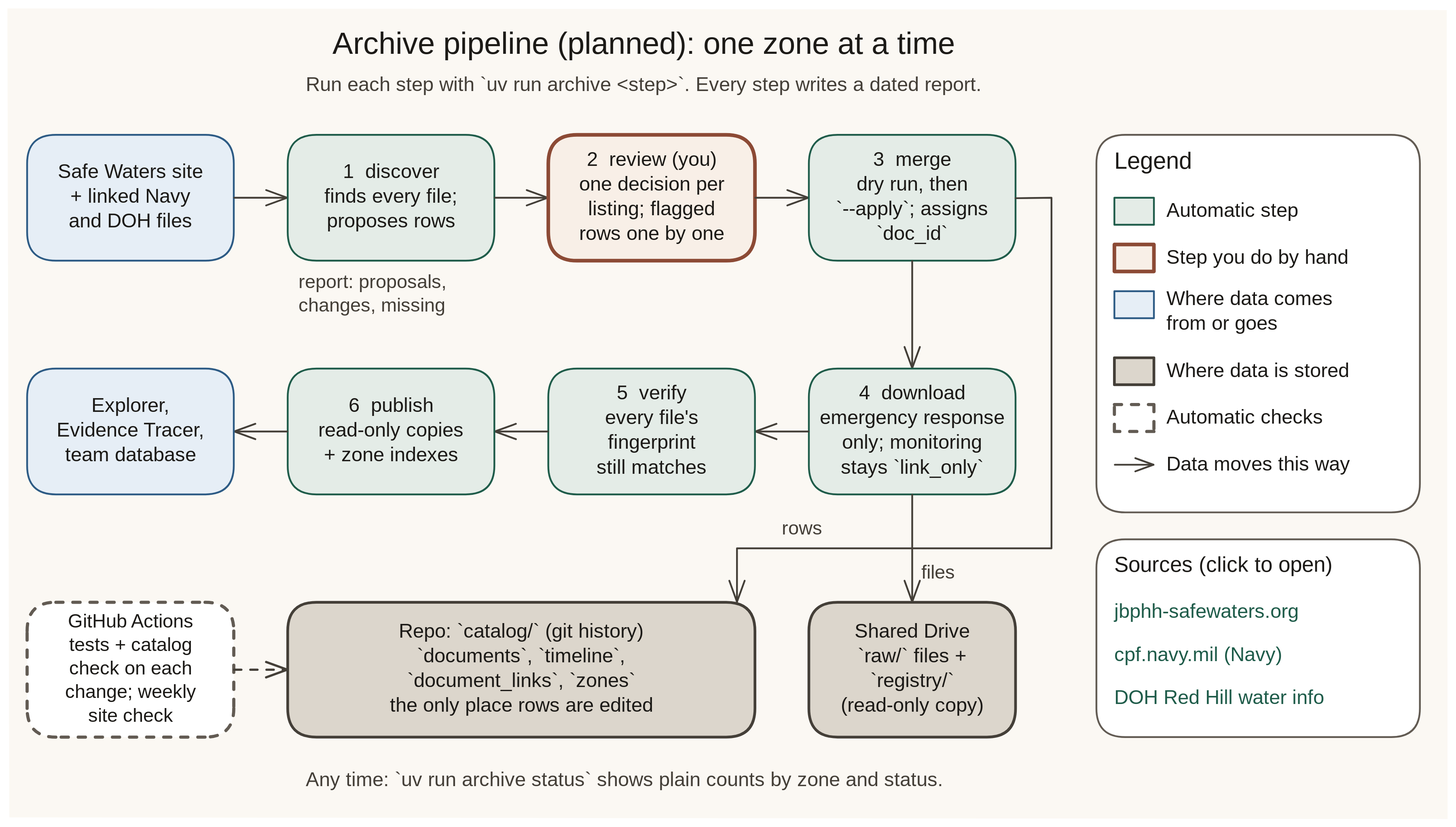
alemarieceria/jbphh-dw-archive-pipeline keeps this Excalidraw diagram as docs/diagrams/svgs/archive-pipeline.excalidraw.svg. Above is the earlier version. Source tidied: one line per element, renumbered; positions are measured from the earlier drawing's top-left corner, leaving out a move shared by most shapes.
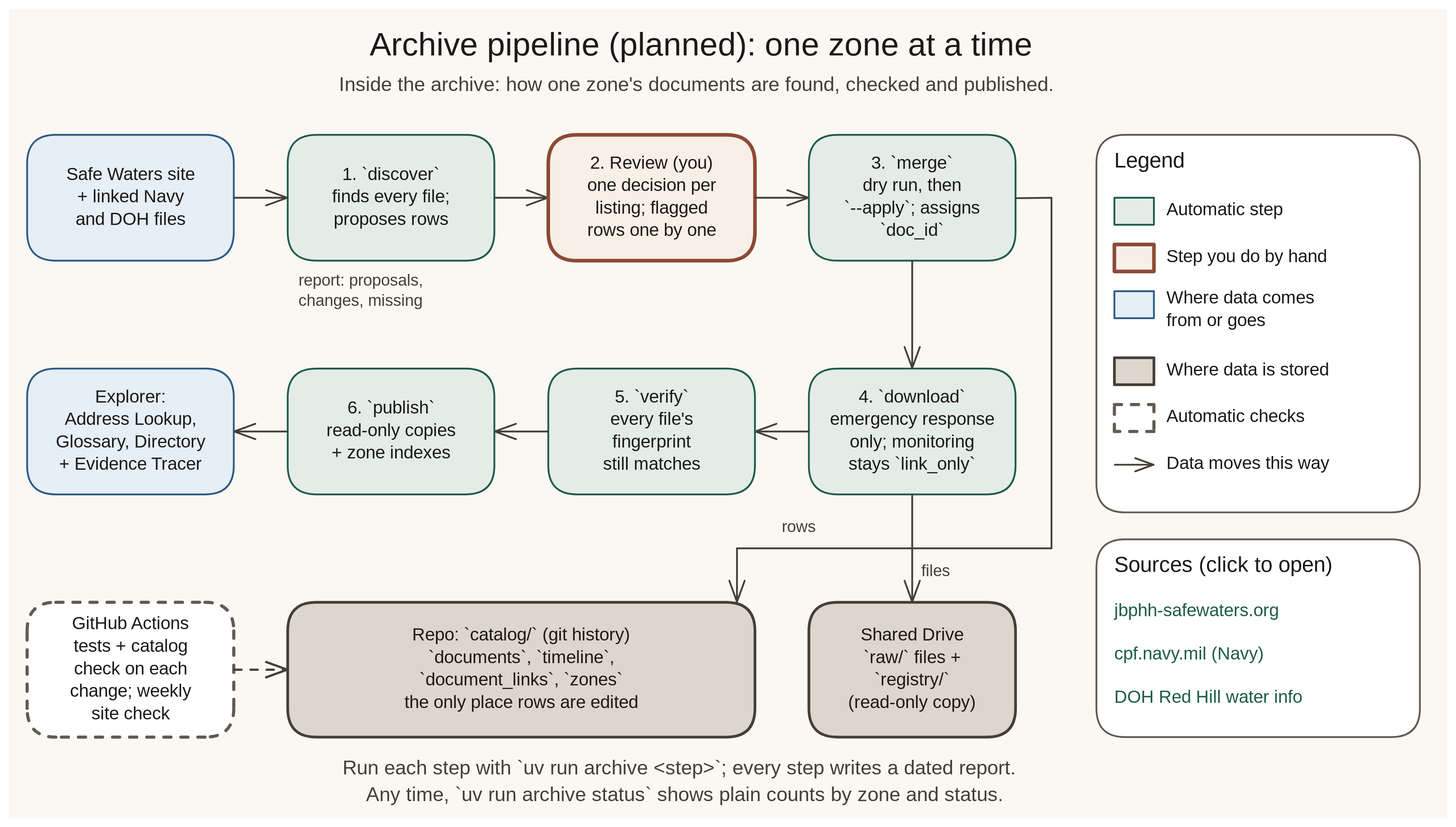
After the change.

Diff of the diagram source:
```diff
@@ -1,41 +1,41 @@
-{"id": 0, "type": "rectangle", "strokeColor": "transparent", "backgroundColor": "#fbf8f3", "fillStyle": "solid", "strokeWidth": 2, "roughness": 1, "x": 0, "y": 0, "width": 1600, "height": 900}
+{"id": 0, "type": "rectangle", "strokeColor": "transparent", "backgroundColor": "#fbf8f3", "fillStyle": "solid", "strokeWidth": 2, "roughness": 0, "x": 0, "y": 0, "width": 1600, "height": 900}
-{"id": 1, "type": "text", "text": "Archive pipeline (planned): one zone at a time", "strokeColor": "#1c1a17", "strokeWidth": 2, "roughness": 1, "fontSize": 34, "fontFamily": 5, "x": 360, "y": 20, "width": 687, "height": 42}
+{"id": 1, "type": "text", "text": "Archive pipeline (planned): one zone at a time", "strokeColor": "#1c1a17", "strokeWidth": 2, "roughness": 0, "fontSize": 36, "fontFamily": 5, "x": 401, "y": 20, "width": 727, "height": 45}
-{"id": 2, "type": "text", "text": "Run each step with `uv run archive <step>`. Every step writes a dated report.", "strokeColor": "#443f38", "strokeWidth": 2, "roughness": 1, "fontSize": 22, "fontFamily": 5, "x": 330, "y": 72, "width": 738, "height": 28}
+{"id": 2, "type": "text", "text": "Inside the archive: how one zone's documents are found, checked and published.", "strokeColor": "#443f38", "strokeWidth": 2, "roughness": 0, "fontSize": 22, "fontFamily": 5, "x": 367, "y": 72, "width": 782, "height": 28}
 {"id": 3, "type": "rectangle", "strokeColor": "#2d5b85", "backgroundColor": "#e6eef6", "fillStyle": "solid", "strokeWidth": 2, "roughness": 0, "round": true, "x": 20, "y": 140, "width": 230, "height": 140}
 {"id": 4, "type": "arrow", "strokeColor": "#443f38", "strokeWidth": 2, "roughness": 0, "endArrowhead": "arrow", "x": 250, "y": 210, "width": 59, "height": 0, "points": [[0, 0], [59, 0]]}
 {"id": 5, "type": "rectangle", "strokeColor": "#1f5c4a", "backgroundColor": "#e4ece7", "fillStyle": "solid", "strokeWidth": 2, "roughness": 0, "round": true, "x": 310, "y": 140, "width": 230, "height": 140}
-{"id": 6, "type": "text", "text": "report: proposals,\nchanges, missing", "strokeColor": "#443f38", "strokeWidth": 2, "roughness": 1, "fontSize": 21, "fontFamily": 5, "x": 322, "y": 292, "width": 162, "height": 52}
+{"id": 6, "type": "text", "text": "report: proposals,\nchanges, missing", "strokeColor": "#443f38", "strokeWidth": 2, "roughness": 0, "fontSize": 18, "fontFamily": 5, "x": 322, "y": 292, "width": 139, "height": 45}
 {"id": 7, "type": "rectangle", "strokeColor": "#625b53", "backgroundColor": "#ffffff", "fillStyle": "solid", "strokeWidth": 2, "roughness": 0, "round": true, "x": 1210, "y": 140, "width": 360, "height": 420}
-{"id": 8, "type": "text", "text": "Legend", "strokeColor": "#1c1a17", "strokeWidth": 2, "roughness": 1, "fontSize": 26, "fontFamily": 5, "x": 1230, "y": 155, "width": 85, "height": 32}
+{"id": 8, "type": "text", "text": "Legend", "strokeColor": "#1c1a17", "strokeWidth": 2, "roughness": 0, "fontSize": 24, "fontFamily": 5, "x": 1230, "y": 155, "width": 78, "height": 30}
 {"id": 9, "type": "rectangle", "strokeColor": "#1f5c4a", "backgroundColor": "#e4ece7", "fillStyle": "solid", "strokeWidth": 2, "roughness": 0, "x": 1230, "y": 210, "width": 44, "height": 30}
-{"id": 10, "type": "text", "text": "Automatic step", "strokeColor": "#1c1a17", "strokeWidth": 2, "roughness": 1, "fontSize": 22, "fontFamily": 5, "x": 1288, "y": 212, "width": 147, "height": 28}
+{"id": 10, "type": "text", "text": "Automatic step", "strokeColor": "#1c1a17", "strokeWidth": 2, "roughness": 0, "fontSize": 20, "fontFamily": 5, "x": 1288, "y": 212, "width": 134, "height": 25}
 {"id": 11, "type": "rectangle", "strokeColor": "#8c4a35", "backgroundColor": "#f8efe7", "fillStyle": "solid", "strokeWidth": 4, "roughness": 0, "x": 1230, "y": 262, "width": 44, "height": 30}
-{"id": 12, "type": "text", "text": "Step you do by hand", "strokeColor": "#1c1a17", "strokeWidth": 2, "roughness": 1, "fontSize": 22, "fontFamily": 5, "x": 1288, "y": 264, "width": 201, "height": 28}
+{"id": 12, "type": "text", "text": "Step you do by hand", "strokeColor": "#1c1a17", "strokeWidth": 2, "roughness": 0, "fontSize": 20, "fontFamily": 5, "x": 1288, "y": 264, "width": 183, "height": 25}
 {"id": 13, "type": "rectangle", "strokeColor": "#2d5b85", "backgroundColor": "#e6eef6", "fillStyle": "solid", "strokeWidth": 2, "roughness": 0, "x": 1230, "y": 314, "width": 44, "height": 30}
-{"id": 14, "type": "text", "text": "Where data comes\nfrom or goes", "strokeColor": "#1c1a17", "strokeWidth": 2, "roughness": 1, "fontSize": 22, "fontFamily": 5, "x": 1288, "y": 310, "width": 181, "height": 55}
+{"id": 14, "type": "text", "text": "Where data comes\nfrom or goes", "strokeColor": "#1c1a17", "strokeWidth": 2, "roughness": 0, "fontSize": 20, "fontFamily": 5, "x": 1288, "y": 310, "width": 165, "height": 50}
 {"id": 15, "type": "rectangle", "strokeColor": "#443f38", "backgroundColor": "#dcd6cc", "fillStyle": "solid", "strokeWidth": 3, "roughness": 0, "x": 1230, "y": 388, "width": 44, "height": 30}
-{"id": 16, "type": "text", "text": "Where data is stored", "strokeColor": "#1c1a17", "strokeWidth": 2, "roughness": 1, "fontSize": 22, "fontFamily": 5, "x": 1288, "y": 390, "width": 200, "height": 28}
+{"id": 16, "type": "text", "text": "Where data is stored", "strokeColor": "#1c1a17", "strokeWidth": 2, "roughness": 0, "fontSize": 20, "fontFamily": 5, "x": 1288, "y": 390, "width": 182, "height": 25}
 {"id": 17, "type": "rectangle", "strokeColor": "#625b53", "backgroundColor": "#ffffff", "fillStyle": "solid", "strokeWidth": 3, "strokeStyle": "dashed", "roughness": 0, "x": 1230, "y": 440, "width": 44, "height": 30}
-{"id": 18, "type": "text", "text": "Automatic checks", "strokeColor": "#1c1a17", "strokeWidth": 2, "roughness": 1, "fontSize": 22, "fontFamily": 5, "x": 1288, "y": 442, "width": 170, "height": 28}
+{"id": 18, "type": "text", "text": "Automatic checks", "strokeColor": "#1c1a17", "strokeWidth": 2, "roughness": 0, "fontSize": 20, "fontFamily": 5, "x": 1288, "y": 442, "width": 155, "height": 25}
 {"id": 19, "type": "arrow", "strokeColor": "#443f38", "strokeWidth": 2, "roughness": 0, "endArrowhead": "arrow", "x": 1230, "y": 507, "width": 43, "height": 0, "points": [[0, 0], [43, 0]]}
-{"id": 20, "type": "text", "text": "Data moves this way", "strokeColor": "#1c1a17", "strokeWidth": 2, "roughness": 1, "fontSize": 22, "fontFamily": 5, "x": 1288, "y": 494, "width": 199, "height": 28}
+{"id": 20, "type": "text", "text": "Data moves this way", "strokeColor": "#1c1a17", "strokeWidth": 2, "roughness": 0, "fontSize": 20, "fontFamily": 5, "x": 1288, "y": 494, "width": 181, "height": 25}
 {"id": 21, "type": "rectangle", "strokeColor": "#625b53", "backgroundColor": "#ffffff", "fillStyle": "solid", "strokeWidth": 2, "roughness": 0, "round": true, "x": 1210, "y": 590, "width": 360, "height": 220}
-{"id": 22, "type": "text", "text": "Sources (click to open)", "strokeColor": "#1c1a17", "strokeWidth": 2, "roughness": 1, "fontSize": 24, "fontFamily": 5, "x": 1230, "y": 605, "width": 238, "height": 30}
+{"id": 22, "type": "text", "text": "Sources (click to open)", "strokeColor": "#1c1a17", "strokeWidth": 2, "roughness": 0, "fontSize": 24, "fontFamily": 5, "x": 1230, "y": 605, "width": 238, "height": 30}
-{"id": 23, "type": "text", "text": "jbphh-safewaters.org", "strokeColor": "#1f5c4a", "strokeWidth": 2, "roughness": 1, "fontSize": 22, "fontFamily": 5, "x": 1230, "y": 658, "width": 205, "height": 28}
+{"id": 23, "type": "text", "text": "jbphh-safewaters.org", "strokeColor": "#1f5c4a", "strokeWidth": 2, "roughness": 0, "fontSize": 20, "fontFamily": 5, "x": 1230, "y": 658, "width": 186, "height": 25}
-{"id": 24, "type": "text", "text": "cpf.navy.mil (Navy)", "strokeColor": "#1f5c4a", "strokeWidth": 2, "roughness": 1, "fontSize": 22, "fontFamily": 5, "x": 1230, "y": 706, "width": 179, "height": 28}
+{"id": 24, "type": "text", "text": "cpf.navy.mil (Navy)", "strokeColor": "#1f5c4a", "strokeWidth": 2, "roughness": 0, "fontSize": 20, "fontFamily": 5, "x": 1230, "y": 706, "width": 163, "height": 25}
-{"id": 25, "type": "text", "text": "DOH Red Hill water info", "strokeColor": "#1f5c4a", "strokeWidth": 2, "roughness": 1, "fontSize": 22, "fontFamily": 5, "x": 1230, "y": 754, "width": 231, "height": 28}
+{"id": 25, "type": "text", "text": "DOH Red Hill water info", "strokeColor": "#1f5c4a", "strokeWidth": 2, "roughness": 0, "fontSize": 20, "fontFamily": 5, "x": 1230, "y": 754, "width": 210, "height": 25}
 {"id": 26, "type": "arrow", "strokeColor": "#443f38", "strokeWidth": 2, "roughness": 0, "endArrowhead": "arrow", "x": 540, "y": 210, "width": 59, "height": 0, "points": [[0, 0], [59, 0]]}
 {"id": 27, "type": "rectangle", "strokeColor": "#8c4a35", "backgroundColor": "#f8efe7", "fillStyle": "solid", "strokeWidth": 4, "roughness": 0, "round": true, "x": 600, "y": 140, "width": 230, "height": 140}
 {"id": 28, "type": "arrow", "strokeColor": "#443f38", "strokeWidth": 2, "roughness": 0, "endArrowhead": "arrow", "x": 830, "y": 210, "width": 59, "height": 0, "points": [[0, 0], [59, 0]]}
 {"id": 29, "type": "rectangle", "strokeColor": "#1f5c4a", "backgroundColor": "#e4ece7", "fillStyle": "solid", "strokeWidth": 2, "roughness": 0, "round": true, "x": 890, "y": 140, "width": 230, "height": 140}
 {"id": 30, "type": "rectangle", "strokeColor": "#443f38", "backgroundColor": "#dcd6cc", "fillStyle": "solid", "strokeWidth": 3, "roughness": 0, "round": true, "x": 310, "y": 660, "width": 520, "height": 150}
 {"id": 31, "type": "arrow", "strokeColor": "#443f38", "strokeWidth": 2, "roughness": 0, "endArrowhead": "arrow", "x": 1120, "y": 210, "width": 350, "height": 450, "points": [[0, 0], [40, 0], [40, 390], [-310, 390], [-310, 449]]}
-{"id": 32, "type": "text", "text": "rows", "strokeColor": "#443f38", "strokeWidth": 2, "roughness": 1, "fontSize": 21, "fontFamily": 5, "x": 860, "y": 566, "width": 43, "height": 26}
+{"id": 32, "type": "text", "text": "rows", "strokeColor": "#443f38", "strokeWidth": 2, "roughness": 0, "fontSize": 18, "fontFamily": 5, "x": 860, "y": 566, "width": 37, "height": 22}
 {"id": 33, "type": "arrow", "strokeColor": "#443f38", "strokeWidth": 2, "roughness": 0, "endArrowhead": "arrow", "x": 1005, "y": 280, "width": 0, "height": 119, "points": [[0, 0], [0, 119]]}
 {"id": 34, "type": "rectangle", "strokeColor": "#1f5c4a", "backgroundColor": "#e4ece7", "fillStyle": "solid", "strokeWidth": 2, "roughness": 0, "round": true, "x": 890, "y": 400, "width": 230, "height": 140}
 {"id": 35, "type": "rectangle", "strokeColor": "#443f38", "backgroundColor": "#dcd6cc", "fillStyle": "solid", "strokeWidth": 3, "roughness": 0, "round": true, "x": 890, "y": 660, "width": 230, "height": 150}
 {"id": 36, "type": "arrow", "strokeColor": "#443f38", "strokeWidth": 2, "roughness": 0, "endArrowhead": "arrow", "x": 1005, "y": 540, "width": 0, "height": 119, "points": [[0, 0], [0, 119]]}
-{"id": 37, "type": "text", "text": "files", "strokeColor": "#443f38", "strokeWidth": 2, "roughness": 1, "fontSize": 21, "fontFamily": 5, "x": 1015, "y": 615, "width": 37, "height": 26}
+{"id": 37, "type": "text", "text": "files", "strokeColor": "#443f38", "strokeWidth": 2, "roughness": 0, "fontSize": 18, "fontFamily": 5, "x": 1015, "y": 615, "width": 31, "height": 22}
 {"id": 38, "type": "arrow", "strokeColor": "#443f38", "strokeWidth": 2, "roughness": 0, "endArrowhead": "arrow", "x": 890, "y": 470, "width": 59, "height": 0, "points": [[0, 0], [-59, 0]]}
 {"id": 39, "type": "rectangle", "strokeColor": "#1f5c4a", "backgroundColor": "#e4ece7", "fillStyle": "solid", "strokeWidth": 2, "roughness": 0, "round": true, "x": 600, "y": 400, "width": 230, "height": 140}
 {"id": 40, "type": "arrow", "strokeColor": "#443f38", "strokeWidth": 2, "roughness": 0, "endArrowhead": "arrow", "x": 600, "y": 470, "width": 59, "height": 0, "points": [[0, 0], [-59, 0]]}
@@ -44,15 +44,16 @@
 {"id": 43, "type": "rectangle", "strokeColor": "#2d5b85", "backgroundColor": "#e6eef6", "fillStyle": "solid", "strokeWidth": 2, "roughness": 0, "round": true, "x": 20, "y": 400, "width": 230, "height": 140}
 {"id": 44, "type": "rectangle", "strokeColor": "#625b53", "backgroundColor": "#ffffff", "fillStyle": "solid", "strokeWidth": 3, "strokeStyle": "dashed", "roughness": 0, "round": true, "x": 20, "y": 660, "width": 230, "height": 150}
 {"id": 45, "type": "arrow", "strokeColor": "#443f38", "strokeWidth": 2, "strokeStyle": "dashed", "roughness": 0, "endArrowhead": "arrow", "x": 250, "y": 735, "width": 59, "height": 0, "points": [[0, 0], [59, 0]]}
-{"id": 46, "type": "text", "text": "Any time: `uv run archive status` shows plain counts by zone and status.", "strokeColor": "#443f38", "strokeWidth": 2, "roughness": 1, "fontSize": 22, "fontFamily": 5, "x": 330, "y": 845, "width": 691, "height": 28}
+{"id": 46, "type": "text", "text": "Run each step with `uv run archive <step>`; every step writes a dated report.", "strokeColor": "#443f38", "strokeWidth": 2, "roughness": 0, "fontSize": 22, "fontFamily": 5, "x": 371, "y": 832, "width": 738, "height": 28}
+{"id": 58, "type": "text", "text": "Any time, `uv run archive status` shows plain counts by zone and status.", "strokeColor": "#443f38", "strokeWidth": 2, "roughness": 0, "fontSize": 22, "fontFamily": 5, "x": 397, "y": 862, "width": 691, "height": 28}
-{"id": 47, "type": "text", "text": "Safe Waters site\n+ linked Navy\nand DOH files", "strokeColor": "#1c1a17", "strokeWidth": 2, "roughness": 1, "fontSize": 22, "fontFamily": 5, "textAlign": "center", "verticalAlign": "middle", "inside": 3, "x": 58, "y": 169, "width": 154, "height": 82}
+{"id": 47, "type": "text", "text": "Safe Waters site\n+ linked Navy\nand DOH files", "strokeColor": "#1c1a17", "strokeWidth": 2, "roughness": 1, "fontSize": 20, "fontFamily": 5, "textAlign": "center", "verticalAlign": "middle", "inside": 3, "x": 65, "y": 172, "width": 140, "height": 75}
-{"id": 48, "type": "text", "text": "1  discover\nfinds every file;\nproposes rows", "strokeColor": "#1c1a17", "strokeWidth": 2, "roughness": 1, "fontSize": 22, "fontFamily": 5, "textAlign": "center", "verticalAlign": "middle", "inside": 5, "x": 352, "y": 169, "width": 145, "height": 82}
-{"id": 49, "type": "text", "text": "2  review (you)\none decision per\nlisting; flagged\nrows one by one", "strokeColor": "#1c1a17", "strokeWidth": 2, "roughness": 1, "fontSize": 22, "fontFamily": 5, "textAlign": "center", "verticalAlign": "middle", "inside": 27, "x": 635, "y": 155, "width": 161, "height": 110}
-{"id": 50, "type": "text", "text": "3  merge\ndry run, then\n`--apply`; assigns\n`doc_id`", "strokeColor": "#1c1a17", "strokeWidth": 2, "roughness": 1, "fontSize": 22, "fontFamily": 5, "textAlign": "center", "verticalAlign": "middle", "inside": 29, "x": 923, "y": 155, "width": 163, "height": 110}
+{"id": 59, "type": "text", "text": "1. `discover`\nfinds every file;\nproposes rows", "strokeColor": "#1c1a17", "strokeWidth": 2, "roughness": 1, "fontSize": 20, "fontFamily": 5, "textAlign": "center", "verticalAlign": "middle", "inside": 5, "x": 359, "y": 172, "width": 132, "height": 75}
+{"id": 60, "type": "text", "text": "2. Review (you)\none decision per\nlisting; flagged\nrows one by one", "strokeColor": "#1c1a17", "strokeWidth": 2, "roughness": 1, "fontSize": 20, "fontFamily": 5, "textAlign": "center", "verticalAlign": "middle", "inside": 27, "x": 642, "y": 160, "width": 146, "height": 100}
+{"id": 61, "type": "text", "text": "3. `merge`\ndry run, then\n`--apply`; assigns\n`doc_id`", "strokeColor": "#1c1a17", "strokeWidth": 2, "roughness": 1, "fontSize": 20, "fontFamily": 5, "textAlign": "center", "verticalAlign": "middle", "inside": 29, "x": 931, "y": 160, "width": 148, "height": 100}
-{"id": 51, "type": "text", "text": "Repo: `catalog/` (git history)\n`documents`, `timeline`,\n`document_links`, `zones`\nthe only place rows are edited", "strokeColor": "#1c1a17", "strokeWidth": 2, "roughness": 1, "fontSize": 22, "fontFamily": 5, "textAlign": "center", "verticalAlign": "middle", "inside": 30, "x": 424, "y": 680, "width": 291, "height": 110}
+{"id": 51, "type": "text", "text": "Repo: `catalog/` (git history)\n`documents`, `timeline`,\n`document_links`, `zones`\nthe only place rows are edited", "strokeColor": "#1c1a17", "strokeWidth": 2, "roughness": 1, "fontSize": 20, "fontFamily": 5, "textAlign": "center", "verticalAlign": "middle", "inside": 30, "x": 438, "y": 685, "width": 265, "height": 100}
-{"id": 52, "type": "text", "text": "4  download\nemergency response\nonly; monitoring\nstays `link_only`", "strokeColor": "#1c1a17", "strokeWidth": 2, "roughness": 1, "fontSize": 22, "fontFamily": 5, "textAlign": "center", "verticalAlign": "middle", "inside": 34, "x": 905, "y": 415, "width": 200, "height": 110}
+{"id": 62, "type": "text", "text": "4. `download`\nemergency response\nonly; monitoring\nstays `link_only`", "strokeColor": "#1c1a17", "strokeWidth": 2, "roughness": 1, "fontSize": 20, "fontFamily": 5, "textAlign": "center", "verticalAlign": "middle", "inside": 34, "x": 914, "y": 420, "width": 182, "height": 100}
-{"id": 53, "type": "text", "text": "Shared Drive\n`raw/` files +\n`registry/`\n(read-only copy)", "strokeColor": "#1c1a17", "strokeWidth": 2, "roughness": 1, "fontSize": 22, "fontFamily": 5, "textAlign": "center", "verticalAlign": "middle", "inside": 35, "x": 925, "y": 680, "width": 159, "height": 110}
+{"id": 53, "type": "text", "text": "Shared Drive\n`raw/` files +\n`registry/`\n(read-only copy)", "strokeColor": "#1c1a17", "strokeWidth": 2, "roughness": 1, "fontSize": 20, "fontFamily": 5, "textAlign": "center", "verticalAlign": "middle", "inside": 35, "x": 933, "y": 685, "width": 145, "height": 100}
-{"id": 54, "type": "text", "text": "5  verify\nevery file's\nfingerprint\nstill matches", "strokeColor": "#1c1a17", "strokeWidth": 2, "roughness": 1, "fontSize": 22, "fontFamily": 5, "textAlign": "center", "verticalAlign": "middle", "inside": 39, "x": 655, "y": 415, "width": 120, "height": 110}
-{"id": 55, "type": "text", "text": "6  publish\nread-only copies\n+ zone indexes", "strokeColor": "#1c1a17", "strokeWidth": 2, "roughness": 1, "fontSize": 22, "fontFamily": 5, "textAlign": "center", "verticalAlign": "middle", "inside": 41, "x": 344, "y": 429, "width": 161, "height": 82}
-{"id": 56, "type": "text", "text": "Explorer,\nEvidence Tracer,\nteam database", "strokeColor": "#1c1a17", "strokeWidth": 2, "roughness": 1, "fontSize": 22, "fontFamily": 5, "textAlign": "center", "verticalAlign": "middle", "inside": 43, "x": 59, "y": 429, "width": 152, "height": 82}
+{"id": 63, "type": "text", "text": "5. `verify`\nevery file's\nfingerprint\nstill matches", "strokeColor": "#1c1a17", "strokeWidth": 2, "roughness": 1, "fontSize": 20, "fontFamily": 5, "textAlign": "center", "verticalAlign": "middle", "inside": 39, "x": 661, "y": 420, "width": 109, "height": 100}
+{"id": 64, "type": "text", "text": "6. `publish`\nread-only copies\n+ zone indexes", "strokeColor": "#1c1a17", "strokeWidth": 2, "roughness": 1, "fontSize": 20, "fontFamily": 5, "textAlign": "center", "verticalAlign": "middle", "inside": 41, "x": 352, "y": 432, "width": 147, "height": 75}
+{"id": 65, "type": "text", "text": "Explorer:\nAddress Lookup,\nGlossary, Directory\n+ Evidence Tracer", "strokeColor": "#1c1a17", "strokeWidth": 2, "roughness": 1, "fontSize": 20, "fontFamily": 5, "textAlign": "center", "verticalAlign": "middle", "inside": 43, "x": 53, "y": 420, "width": 165, "height": 100}
-{"id": 57, "type": "text", "text": "GitHub Actions\ntests + catalog\ncheck on each\nchange; weekly\nsite check", "strokeColor": "#1c1a17", "strokeWidth": 2, "roughness": 1, "fontSize": 21, "fontFamily": 5, "textAlign": "center", "verticalAlign": "middle", "inside": 44, "x": 65, "y": 669, "width": 141, "height": 131}
+{"id": 57, "type": "text", "text": "GitHub Actions\ntests + catalog\ncheck on each\nchange; weekly\nsite check", "strokeColor": "#1c1a17", "strokeWidth": 2, "roughness": 1, "fontSize": 20, "fontFamily": 5, "textAlign": "center", "verticalAlign": "middle", "inside": 44, "x": 68, "y": 672, "width": 134, "height": 125}
```
